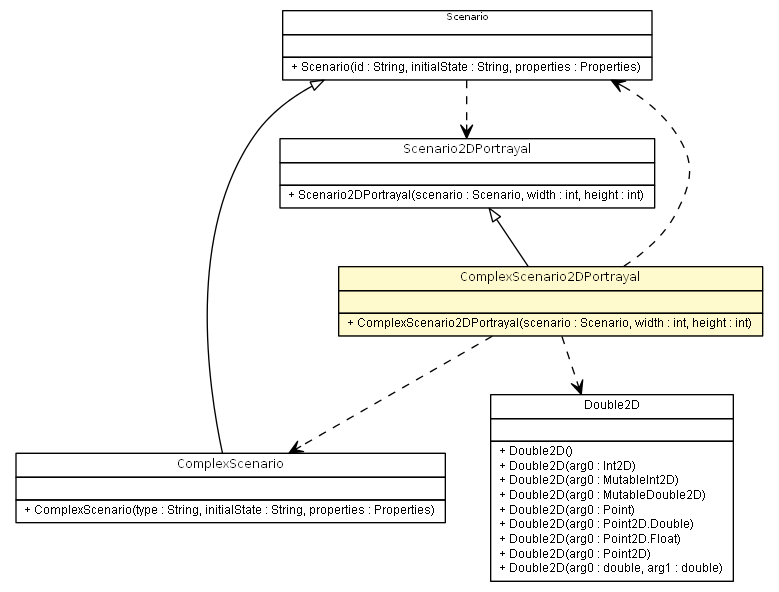
This is apidocs/es/upm/dit/gsi/shanks/model/scenario/portrayal/ComplexScenario2DPortrayal.png from gsi-upm/Shanks, a Graphviz export, as it was before one commit. Its source is kept beside it as apidocs/es/upm/dit/gsi/shanks/model/scenario/portrayal/ComplexScenario2DPortrayal.dot.
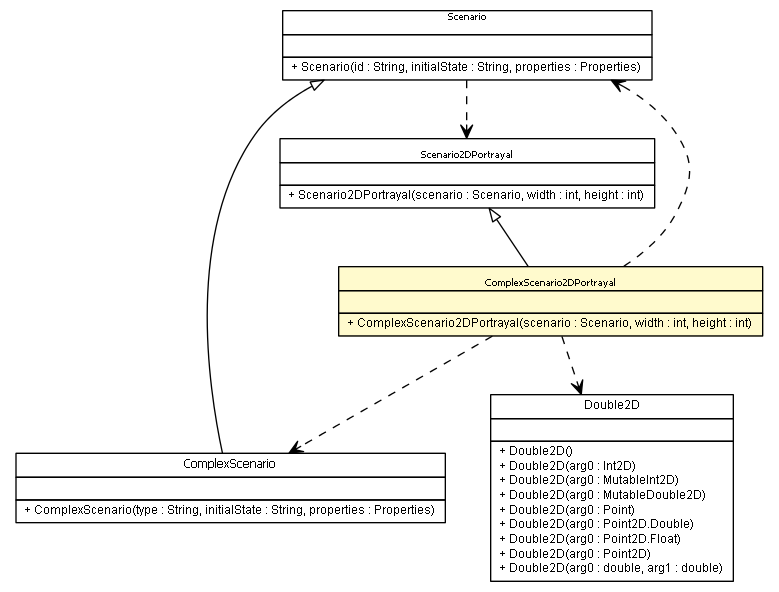
The same file after the commit.

What changed in the source:
```diff
@@ -51,9 +51,9 @@
 	c7307:p -> c7308:p [dir=back,arrowtail=empty];
 	c7317:p -> c7319:p [dir=back,arrowtail=empty];
 	c7307:p -> c7317:p [taillabel="", label="", headlabel="", fontname="arial", fontcolor="black", fontsize=10.0, color="black", arrowhead=open, style=dashed];
-	c7319:p -> c7307:p [taillabel="", label="", headlabel="", fontname="arial", fontcolor="black", fontsize=10.0, color="black", arrowhead=open, style=dashed];
 	c7319:p -> c7308:p [taillabel="", label="", headlabel="", fontname="arial", fontcolor="black", fontsize=10.0, color="black", arrowhead=open, style=dashed];
 	c7319:p -> c7333:p [taillabel="", label="", headlabel="", fontname="arial", fontcolor="black", fontsize=10.0, color="black", arrowhead=open, style=dashed];
+	c7319:p -> c7307:p [taillabel="", label="", headlabel="", fontname="arial", fontcolor="black", fontsize=10.0, color="black", arrowhead=open, style=dashed];
 	c7333 [label=<<table title="sim.util.Double2D" border="0" cellborder="1" cellspacing="0" cellpadding="2" port="p" href="http://java.sun.com/j2se/1.4.2/docs/api/sim/util/Double2D.html">
 		<tr><td><table border="0" cellspacing="0" cellpadding="1">
 <tr><td align="center" balign="center"> Double2D </td></tr>
```
